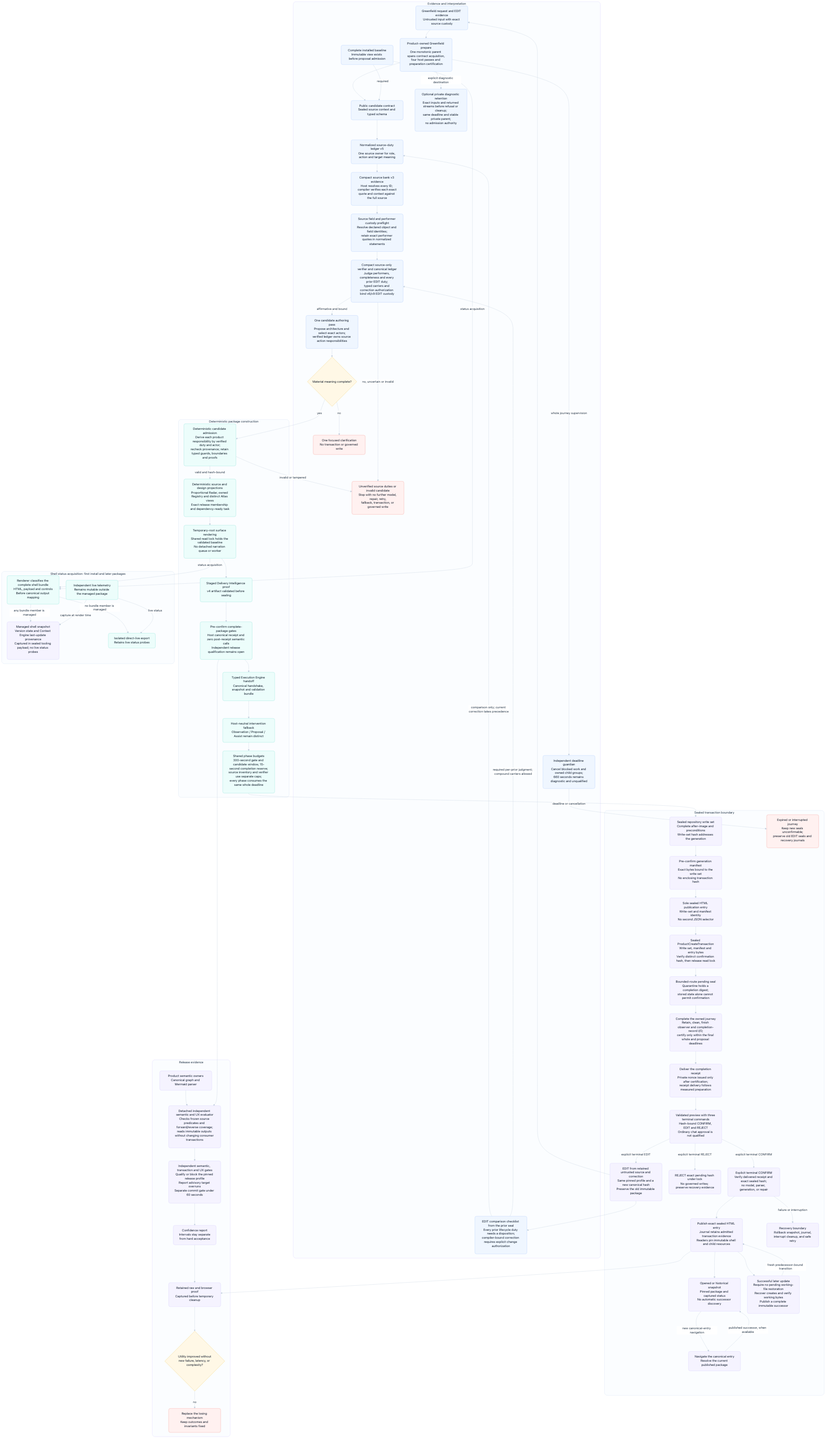
Earlier version of the Mermaid export odylith/atlas/source/domain-intelligence-greenfield-governance.png (odylith/odylith). Its source is kept beside it as odylith/atlas/source/domain-intelligence-greenfield-governance.mmd.
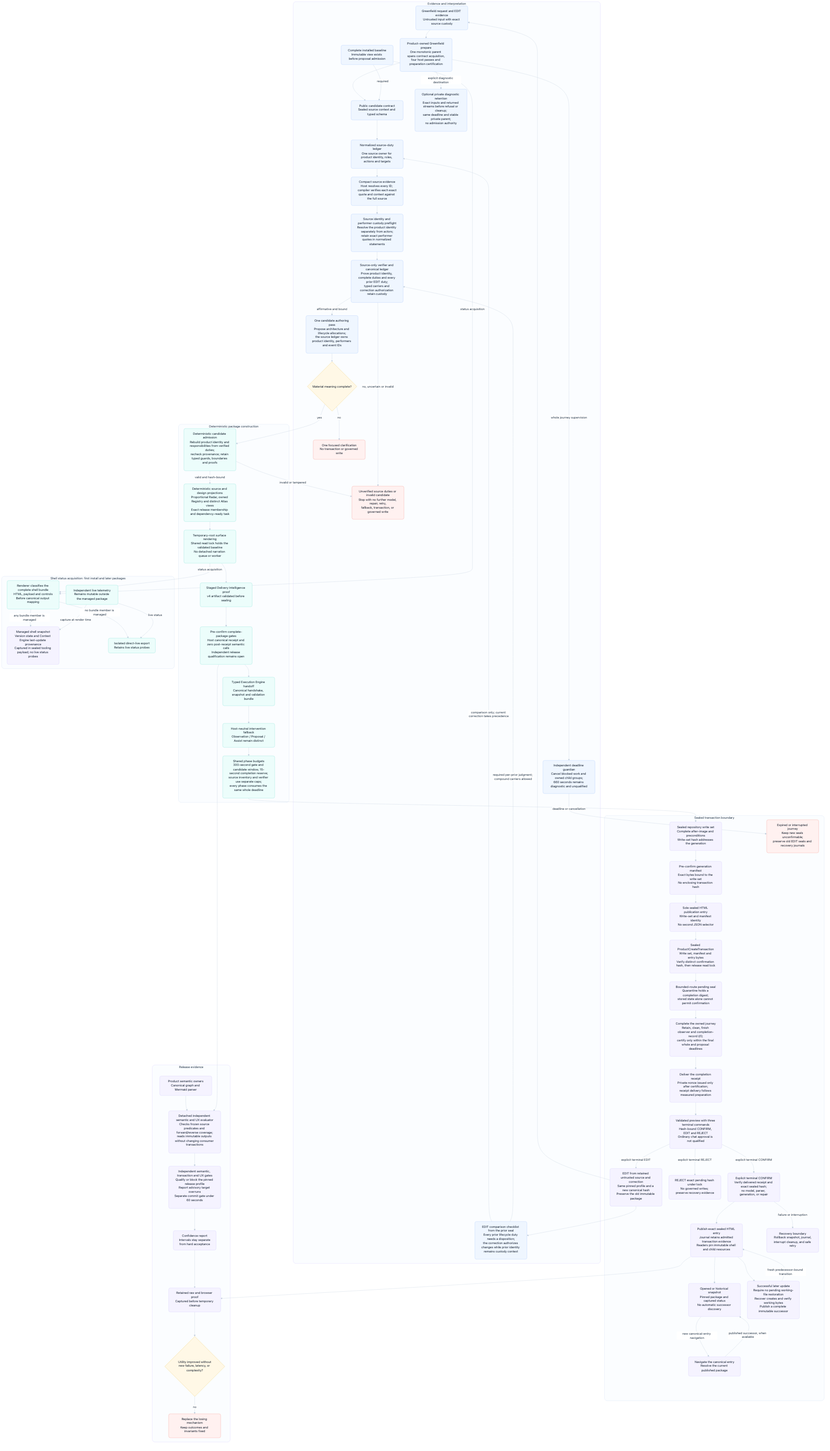
Above is the later version.

Change to the diagram source:
```diff
@@ -6,13 +6,13 @@
       guardian["Independent deadline guardian<br/>Cancel blocked work and owned child groups;<br/>660 seconds remains diagnostic and unqualified"]
       baseline["Complete installed baseline<br/>Immutable view exists before proposal admission"]
       contract["Public candidate contract<br/>Sealed source context and typed schema"]
-      prior_lifecycle["EDIT comparison checklist from the prior seal<br/>Every prior lifecycle duty needs a disposition;<br/>compiler-bound correction requires explicit change authorization"]
-      model_pass["Normalized source-duty ledger v5<br/>One source owner for role, action and target meaning"]
-      typed_graph["Compact source bank v3 evidence<br/>Host resolves every ID; compiler verifies each exact<br/>quote and context against the full source"]
-      identity_check["Source field and performer custody preflight<br/>Resolve declared object and field identities;<br/>retain exact performer quotes in normalized statements"]
-      source_custody["Compact source-only verifier and canonical ledger<br/>Judge performers, completeness and every prior EDIT duty;<br/>typed carriers and correction authorization bind v6/v9 EDIT custody"]
+      prior_lifecycle["EDIT comparison checklist from the prior seal<br/>Every prior lifecycle duty needs a disposition;<br/>the correction authorizes changes while prior identity remains custody context"]
+      model_pass["Normalized source-duty ledger<br/>One source owner for product identity, roles, actions and targets"]
+      typed_graph["Compact source evidence<br/>Host resolves every ID; compiler verifies each exact<br/>quote and context against the full source"]
+      identity_check["Source identity and performer custody preflight<br/>Resolve the product identity separately from actors;<br/>retain exact performer quotes in normalized statements"]
+      source_custody["Source-only verifier and canonical ledger<br/>Prove product identity, complete duties and every prior EDIT duty;<br/>typed carriers and correction authorization retain custody"]
       private_diagnostics["Optional private diagnostic retention<br/>Exact inputs and returned streams before refusal or cleanup;<br/>same deadline and stable private parent;<br/>no admission authority"]
-      candidate_author["One candidate authoring pass<br/>Propose architecture and select exact actors;<br/>verified ledger owns source action responsibilities"]
+      candidate_author["One candidate authoring pass<br/>Propose architecture and lifecycle allocations;<br/>the source ledger owns product identity, performers and event IDs"]
       ambiguity{"Material meaning complete?"}
       clarify["One focused clarification<br/>No transaction or governed write"]
       request --> prepare --> contract --> model_pass --> typed_graph --> identity_check --> source_custody
@@ -28,7 +28,7 @@
 
     subgraph projection_lane["Deterministic package construction"]
       direction LR
-      custody["Deterministic candidate admission<br/>Derive each product responsibility by verified duty and actor;<br/>recheck provenance; retain typed guards, boundaries and proofs"]
+      custody["Deterministic candidate admission<br/>Rebuild product identity and responsibilities from verified duties;<br/>recheck provenance; retain typed guards, boundaries and proofs"]
       invalid_candidate["Unverified source duties or invalid candidate<br/>Stop with no further model, repair, retry,<br/>fallback, transaction, or governed write"]
       projections["Deterministic source and design projections<br/>Proportional Radar, owned Registry and distinct Atlas views<br/>Exact release membership and dependency-ready task"]
       staged_surfaces["Temporary-root surface rendering<br/>Shared read lock holds the validated baseline<br/>No detached narration queue or worker"]
```
